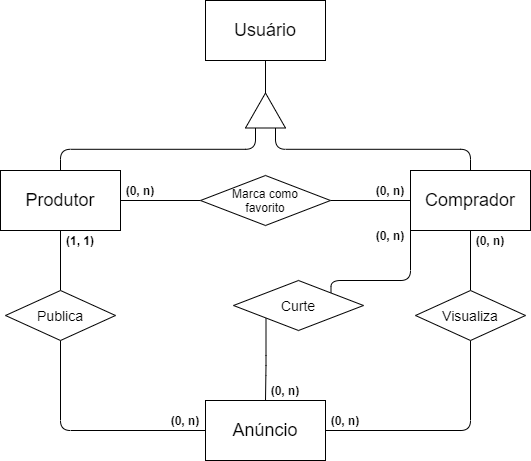
This is docs/img/diagrama_entidade_relacionamentos.png from fga-eps-mds/2020.2-Hortum, a draw.io export, as it was before one commit. Source tidied: cells renumbered, new cells last; positions are measured from the earlier drawing's top-left corner, leaving out a move shared by most shapes. The source it was exported from:
```xml
<mxGraphModel>
  <root>
    <mxCell id="0" />
    <mxCell id="1" parent="0" />
    <mxCell id="2" style="edgeStyle=orthogonalEdgeStyle;rounded=1;jettySize=auto;html=1;exitX=0.5;exitY=1;exitDx=0;exitDy=0;endArrow=none;endFill=0;" parent="1" edge="1" source="3" target="10">
      <mxGeometry relative="1" as="geometry" />
    </mxCell>
    <mxCell id="3" value="&lt;font style=&quot;font-size: 18px&quot;&gt;Produtor&lt;/font&gt;" style="rounded=0;whiteSpace=wrap;html=1;" parent="1" vertex="1">
      <mxGeometry y="170" width="120" height="60" as="geometry" />
    </mxCell>
    <mxCell id="4" style="edgeStyle=orthogonalEdgeStyle;rounded=1;jettySize=auto;html=1;exitX=0.5;exitY=1;exitDx=0;exitDy=0;endArrow=none;endFill=0;startArrow=none;startFill=0;" parent="1" edge="1" source="7" target="12">
      <mxGeometry relative="1" as="geometry" />
    </mxCell>
    <mxCell id="5" style="edgeStyle=orthogonalEdgeStyle;rounded=1;jettySize=auto;html=1;exitX=0;exitY=0.5;exitDx=0;exitDy=0;entryX=1;entryY=0.5;entryDx=0;entryDy=0;endArrow=none;endFill=0;" parent="1" edge="1" source="7" target="21">
      <mxGeometry relative="1" as="geometry" />
    </mxCell>
    <mxCell id="6" style="edgeStyle=orthogonalEdgeStyle;jettySize=auto;html=1;exitX=0;exitY=1;exitDx=0;exitDy=0;entryX=1;entryY=0;entryDx=0;entryDy=0;startArrow=none;startFill=0;endArrow=none;endFill=0;rounded=1;" parent="1" edge="1" source="7" target="27">
      <mxGeometry relative="1" as="geometry">
        <Array as="points">
          <mxPoint x="410" y="280" />
          <mxPoint x="331" y="280" />
        </Array>
      </mxGeometry>
    </mxCell>
    <mxCell id="7" value="&lt;span style=&quot;font-size: 18px&quot;&gt;Comprador&lt;br&gt;&lt;/span&gt;" style="rounded=0;whiteSpace=wrap;html=1;" parent="1" vertex="1">
      <mxGeometry x="410" y="170" width="120" height="60" as="geometry" />
    </mxCell>
    <mxCell id="8" value="&lt;font style=&quot;font-size: 18px&quot;&gt;Anúncio&lt;br&gt;&lt;/font&gt;" style="rounded=0;whiteSpace=wrap;html=1;" parent="1" vertex="1">
      <mxGeometry x="205" y="400" width="120" height="60" as="geometry" />
    </mxCell>
    <mxCell id="9" style="edgeStyle=orthogonalEdgeStyle;rounded=1;jettySize=auto;html=1;exitX=0.5;exitY=1;exitDx=0;exitDy=0;entryX=0;entryY=0.5;entryDx=0;entryDy=0;endArrow=none;endFill=0;" parent="1" edge="1" source="10" target="8">
      <mxGeometry relative="1" as="geometry" />
    </mxCell>
    <mxCell id="10" value="&lt;font style=&quot;font-size: 14px&quot;&gt;Publica&lt;/font&gt;" style="rhombus;whiteSpace=wrap;html=1;" parent="1" vertex="1">
      <mxGeometry x="5" y="290" width="110" height="50" as="geometry" />
    </mxCell>
    <mxCell id="11" style="edgeStyle=orthogonalEdgeStyle;rounded=1;jettySize=auto;html=1;exitX=0.5;exitY=1;exitDx=0;exitDy=0;entryX=1;entryY=0.5;entryDx=0;entryDy=0;endArrow=none;endFill=0;" parent="1" edge="1" source="12" target="8">
      <mxGeometry relative="1" as="geometry" />
    </mxCell>
    <mxCell id="12" value="&lt;span style=&quot;font-size: 14px&quot;&gt;Visualiza&lt;br&gt;&lt;/span&gt;" style="rhombus;whiteSpace=wrap;html=1;" parent="1" vertex="1">
      <mxGeometry x="415" y="290" width="110" height="50" as="geometry" />
    </mxCell>
    <mxCell id="13" value="&lt;b&gt;(1, 1)&lt;/b&gt;" style="text;html=1;strokeColor=none;fillColor=none;align=center;verticalAlign=middle;whiteSpace=wrap;rounded=0;" parent="1" vertex="1">
      <mxGeometry x="60" y="230" width="40" height="20" as="geometry" />
    </mxCell>
    <mxCell id="14" value="&lt;b&gt;(0, n)&lt;/b&gt;" style="text;html=1;strokeColor=none;fillColor=none;align=center;verticalAlign=middle;whiteSpace=wrap;rounded=0;" parent="1" vertex="1">
      <mxGeometry x="470" y="230" width="40" height="20" as="geometry" />
    </mxCell>
    <mxCell id="15" style="edgeStyle=orthogonalEdgeStyle;rounded=1;jettySize=auto;html=1;exitX=0;exitY=0.25;exitDx=0;exitDy=0;entryX=0.5;entryY=0;entryDx=0;entryDy=0;endArrow=none;endFill=0;" parent="1" edge="1" source="17" target="3">
      <mxGeometry relative="1" as="geometry" />
    </mxCell>
    <mxCell id="16" style="edgeStyle=orthogonalEdgeStyle;jettySize=auto;html=1;exitX=0;exitY=0.75;exitDx=0;exitDy=0;entryX=0.5;entryY=0;entryDx=0;entryDy=0;endArrow=none;endFill=0;rounded=1;" parent="1" edge="1" source="17" target="7">
      <mxGeometry relative="1" as="geometry" />
    </mxCell>
    <mxCell id="17" style="triangle;whiteSpace=wrap;html=1;rotation=-90;" parent="1" vertex="1">
      <mxGeometry x="247.5" y="90" width="35" height="40" as="geometry" />
    </mxCell>
    <mxCell id="18" style="edgeStyle=orthogonalEdgeStyle;rounded=0;jettySize=auto;html=1;exitX=0.5;exitY=1;exitDx=0;exitDy=0;entryX=1;entryY=0.5;entryDx=0;entryDy=0;endArrow=none;endFill=0;" parent="1" edge="1" source="19" target="17">
      <mxGeometry relative="1" as="geometry" />
    </mxCell>
    <mxCell id="19" value="&lt;font style=&quot;font-size: 18px&quot;&gt;Usuário&lt;br&gt;&lt;/font&gt;" style="rounded=0;whiteSpace=wrap;html=1;" parent="1" vertex="1">
      <mxGeometry x="205" width="120" height="60" as="geometry" />
    </mxCell>
    <mxCell id="20" style="edgeStyle=orthogonalEdgeStyle;rounded=1;jettySize=auto;html=1;exitX=0;exitY=0.5;exitDx=0;exitDy=0;entryX=1;entryY=0.5;entryDx=0;entryDy=0;endArrow=none;endFill=0;" parent="1" edge="1" source="21" target="3">
      <mxGeometry relative="1" as="geometry" />
    </mxCell>
    <mxCell id="21" value="&lt;font style=&quot;font-size: 12px&quot;&gt;Marca como&lt;br&gt;favorito&lt;br&gt;&lt;/font&gt;" style="rhombus;whiteSpace=wrap;html=1;" parent="1" vertex="1">
      <mxGeometry x="200" y="175" width="130" height="50" as="geometry" />
    </mxCell>
    <mxCell id="22" value="&lt;b&gt;(0, n)&lt;/b&gt;" style="text;html=1;strokeColor=none;fillColor=none;align=center;verticalAlign=middle;whiteSpace=wrap;rounded=0;" parent="1" vertex="1">
      <mxGeometry x="370" y="180" width="40" height="20" as="geometry" />
    </mxCell>
    <mxCell id="23" value="&lt;b&gt;(0, n)&lt;/b&gt;" style="text;html=1;strokeColor=none;fillColor=none;align=center;verticalAlign=middle;whiteSpace=wrap;rounded=0;" parent="1" vertex="1">
      <mxGeometry x="165" y="410" width="40" height="20" as="geometry" />
    </mxCell>
    <mxCell id="24" value="&lt;b&gt;(0, n)&lt;/b&gt;" style="text;html=1;strokeColor=none;fillColor=none;align=center;verticalAlign=middle;whiteSpace=wrap;rounded=0;" parent="1" vertex="1">
      <mxGeometry x="325" y="410" width="40" height="20" as="geometry" />
    </mxCell>
    <mxCell id="25" value="&lt;b&gt;(0, n)&lt;/b&gt;" style="text;html=1;strokeColor=none;fillColor=none;align=center;verticalAlign=middle;whiteSpace=wrap;rounded=0;" parent="1" vertex="1">
      <mxGeometry x="120" y="180" width="40" height="20" as="geometry" />
    </mxCell>
    <mxCell id="26" style="edgeStyle=orthogonalEdgeStyle;rounded=1;jettySize=auto;html=1;exitX=0;exitY=1;exitDx=0;exitDy=0;entryX=0.5;entryY=0;entryDx=0;entryDy=0;startArrow=none;startFill=0;endArrow=none;endFill=0;" parent="1" edge="1" source="27" target="8">
      <mxGeometry relative="1" as="geometry" />
    </mxCell>
    <mxCell id="27" value="&lt;font&gt;&lt;font style=&quot;font-size: 14px&quot;&gt;Curte&lt;/font&gt;&lt;br&gt;&lt;/font&gt;" style="rhombus;whiteSpace=wrap;html=1;" parent="1" vertex="1">
      <mxGeometry x="233" y="280" width="130" height="50" as="geometry" />
    </mxCell>
    <mxCell id="28" value="&lt;b&gt;(0, n)&lt;/b&gt;" style="text;html=1;strokeColor=none;fillColor=none;align=center;verticalAlign=middle;whiteSpace=wrap;rounded=0;" parent="1" vertex="1">
      <mxGeometry x="265" y="380" width="40" height="20" as="geometry" />
    </mxCell>
    <mxCell id="29" value="&lt;b&gt;(0, n)&lt;/b&gt;" style="text;html=1;strokeColor=none;fillColor=none;align=center;verticalAlign=middle;whiteSpace=wrap;rounded=0;" parent="1" vertex="1">
      <mxGeometry x="370" y="225" width="40" height="20" as="geometry" />
    </mxCell>
  </root>
</mxGraphModel>
```
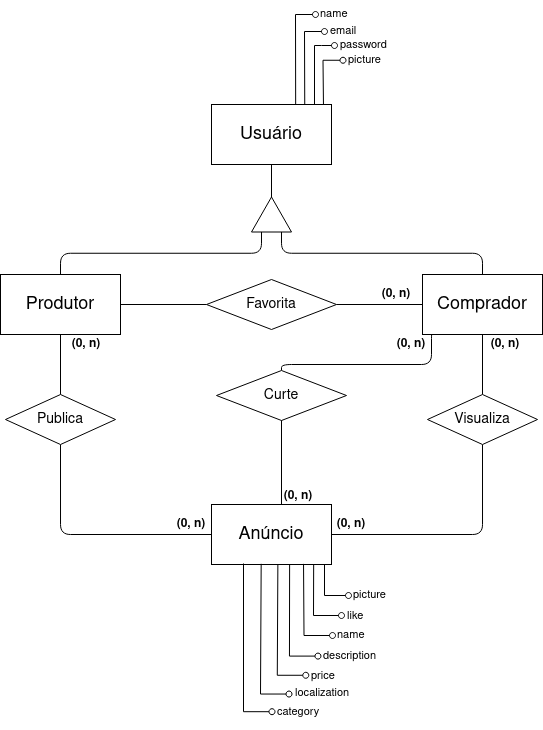
After the change.

What changed in the source:
```diff
@@ -6,7 +6,7 @@
       <mxGeometry relative="1" as="geometry" />
     </mxCell>
     <mxCell id="3" value="&lt;font style=&quot;font-size: 18px&quot;&gt;Produtor&lt;/font&gt;" style="rounded=0;whiteSpace=wrap;html=1;" parent="1" vertex="1">
-      <mxGeometry y="170" width="120" height="60" as="geometry" />
+      <mxGeometry x="-6" y="170" width="120" height="60" as="geometry" />
     </mxCell>
     <mxCell id="4" style="edgeStyle=orthogonalEdgeStyle;rounded=1;jettySize=auto;html=1;exitX=0.5;exitY=1;exitDx=0;exitDy=0;endArrow=none;endFill=0;startArrow=none;startFill=0;" parent="1" edge="1" source="7" target="12">
       <mxGeometry relative="1" as="geometry" />
@@ -14,16 +14,18 @@
     <mxCell id="5" style="edgeStyle=orthogonalEdgeStyle;rounded=1;jettySize=auto;html=1;exitX=0;exitY=0.5;exitDx=0;exitDy=0;entryX=1;entryY=0.5;entryDx=0;entryDy=0;endArrow=none;endFill=0;" parent="1" edge="1" source="7" target="21">
       <mxGeometry relative="1" as="geometry" />
     </mxCell>
-    <mxCell id="6" style="edgeStyle=orthogonalEdgeStyle;jettySize=auto;html=1;exitX=0;exitY=1;exitDx=0;exitDy=0;entryX=1;entryY=0;entryDx=0;entryDy=0;startArrow=none;startFill=0;endArrow=none;endFill=0;rounded=1;" parent="1" edge="1" source="7" target="27">
+    <mxCell id="6" style="edgeStyle=orthogonalEdgeStyle;jettySize=auto;html=1;exitX=0;exitY=1;exitDx=0;exitDy=0;startArrow=none;startFill=0;endArrow=none;endFill=0;rounded=1;entryX=0.5;entryY=0;entryDx=0;entryDy=0;" parent="1" edge="1" target="27">
       <mxGeometry relative="1" as="geometry">
+        <mxPoint x="430.5" y="224" as="sourcePoint" />
         <Array as="points">
-          <mxPoint x="410" y="280" />
-          <mxPoint x="331" y="280" />
+          <mxPoint x="425" y="224" />
+          <mxPoint x="425" y="260" />
+          <mxPoint x="275" y="260" />
         </Array>
       </mxGeometry>
     </mxCell>
     <mxCell id="7" value="&lt;span style=&quot;font-size: 18px&quot;&gt;Comprador&lt;br&gt;&lt;/span&gt;" style="rounded=0;whiteSpace=wrap;html=1;" parent="1" vertex="1">
-      <mxGeometry x="410" y="170" width="120" height="60" as="geometry" />
+      <mxGeometry x="416" y="170" width="120" height="60" as="geometry" />
     </mxCell>
     <mxCell id="8" value="&lt;font style=&quot;font-size: 18px&quot;&gt;Anúncio&lt;br&gt;&lt;/font&gt;" style="rounded=0;whiteSpace=wrap;html=1;" parent="1" vertex="1">
       <mxGeometry x="205" y="400" width="120" height="60" as="geometry" />
@@ -32,19 +34,19 @@
       <mxGeometry relative="1" as="geometry" />
     </mxCell>
     <mxCell id="10" value="&lt;font style=&quot;font-size: 14px&quot;&gt;Publica&lt;/font&gt;" style="rhombus;whiteSpace=wrap;html=1;" parent="1" vertex="1">
-      <mxGeometry x="5" y="290" width="110" height="50" as="geometry" />
+      <mxGeometry x="-1" y="290" width="110" height="50" as="geometry" />
     </mxCell>
     <mxCell id="11" style="edgeStyle=orthogonalEdgeStyle;rounded=1;jettySize=auto;html=1;exitX=0.5;exitY=1;exitDx=0;exitDy=0;entryX=1;entryY=0.5;entryDx=0;entryDy=0;endArrow=none;endFill=0;" parent="1" edge="1" source="12" target="8">
       <mxGeometry relative="1" as="geometry" />
     </mxCell>
     <mxCell id="12" value="&lt;span style=&quot;font-size: 14px&quot;&gt;Visualiza&lt;br&gt;&lt;/span&gt;" style="rhombus;whiteSpace=wrap;html=1;" parent="1" vertex="1">
-      <mxGeometry x="415" y="290" width="110" height="50" as="geometry" />
+      <mxGeometry x="421" y="290" width="110" height="50" as="geometry" />
     </mxCell>
-    <mxCell id="13" value="&lt;b&gt;(1, 1)&lt;/b&gt;" style="text;html=1;strokeColor=none;fillColor=none;align=center;verticalAlign=middle;whiteSpace=wrap;rounded=0;" parent="1" vertex="1">
+    <mxCell id="13" value="&lt;b&gt;(0, n)&lt;/b&gt;" style="text;html=1;strokeColor=none;fillColor=none;align=center;verticalAlign=middle;whiteSpace=wrap;rounded=0;" parent="1" vertex="1">
       <mxGeometry x="60" y="230" width="40" height="20" as="geometry" />
     </mxCell>
     <mxCell id="14" value="&lt;b&gt;(0, n)&lt;/b&gt;" style="text;html=1;strokeColor=none;fillColor=none;align=center;verticalAlign=middle;whiteSpace=wrap;rounded=0;" parent="1" vertex="1">
-      <mxGeometry x="470" y="230" width="40" height="20" as="geometry" />
+      <mxGeometry x="479" y="230" width="40" height="20" as="geometry" />
     </mxCell>
     <mxCell id="15" style="edgeStyle=orthogonalEdgeStyle;rounded=1;jettySize=auto;html=1;exitX=0;exitY=0.25;exitDx=0;exitDy=0;entryX=0.5;entryY=0;entryDx=0;entryDy=0;endArrow=none;endFill=0;" parent="1" edge="1" source="17" target="3">
       <mxGeometry relative="1" as="geometry" />
@@ -64,7 +66,7 @@
     <mxCell id="20" style="edgeStyle=orthogonalEdgeStyle;rounded=1;jettySize=auto;html=1;exitX=0;exitY=0.5;exitDx=0;exitDy=0;entryX=1;entryY=0.5;entryDx=0;entryDy=0;endArrow=none;endFill=0;" parent="1" edge="1" source="21" target="3">
       <mxGeometry relative="1" as="geometry" />
     </mxCell>
-    <mxCell id="21" value="&lt;font style=&quot;font-size: 12px&quot;&gt;Marca como&lt;br&gt;favorito&lt;br&gt;&lt;/font&gt;" style="rhombus;whiteSpace=wrap;html=1;" parent="1" vertex="1">
+    <mxCell id="21" value="&lt;font style=&quot;font-size: 14px&quot;&gt;Favorita&lt;/font&gt;" style="rhombus;whiteSpace=wrap;html=1;" parent="1" vertex="1">
       <mxGeometry x="200" y="175" width="130" height="50" as="geometry" />
     </mxCell>
     <mxCell id="22" value="&lt;b&gt;(0, n)&lt;/b&gt;" style="text;html=1;strokeColor=none;fillColor=none;align=center;verticalAlign=middle;whiteSpace=wrap;rounded=0;" parent="1" vertex="1">
@@ -76,20 +78,148 @@
     <mxCell id="24" value="&lt;b&gt;(0, n)&lt;/b&gt;" style="text;html=1;strokeColor=none;fillColor=none;align=center;verticalAlign=middle;whiteSpace=wrap;rounded=0;" parent="1" vertex="1">
       <mxGeometry x="325" y="410" width="40" height="20" as="geometry" />
     </mxCell>
-    <mxCell id="25" value="&lt;b&gt;(0, n)&lt;/b&gt;" style="text;html=1;strokeColor=none;fillColor=none;align=center;verticalAlign=middle;whiteSpace=wrap;rounded=0;" parent="1" vertex="1">
-      <mxGeometry x="120" y="180" width="40" height="20" as="geometry" />
-    </mxCell>
-    <mxCell id="26" style="edgeStyle=orthogonalEdgeStyle;rounded=1;jettySize=auto;html=1;exitX=0;exitY=1;exitDx=0;exitDy=0;entryX=0.5;entryY=0;entryDx=0;entryDy=0;startArrow=none;startFill=0;endArrow=none;endFill=0;" parent="1" edge="1" source="27" target="8">
-      <mxGeometry relative="1" as="geometry" />
+    <mxCell id="26" style="edgeStyle=orthogonalEdgeStyle;rounded=1;orthogonalLoop=1;jettySize=auto;html=1;exitX=0;exitY=1;exitDx=0;exitDy=0;entryX=0.5;entryY=0;entryDx=0;entryDy=0;startArrow=none;startFill=0;endArrow=none;endFill=0;" parent="1" edge="1">
+      <mxGeometry relative="1" as="geometry">
+        <mxPoint x="252.5" y="303.5" as="sourcePoint" />
+        <mxPoint x="275" y="400" as="targetPoint" />
+      </mxGeometry>
     </mxCell>
     <mxCell id="27" value="&lt;font&gt;&lt;font style=&quot;font-size: 14px&quot;&gt;Curte&lt;/font&gt;&lt;br&gt;&lt;/font&gt;" style="rhombus;whiteSpace=wrap;html=1;" parent="1" vertex="1">
-      <mxGeometry x="233" y="280" width="130" height="50" as="geometry" />
+      <mxGeometry x="210" y="266" width="130" height="50" as="geometry" />
     </mxCell>
     <mxCell id="28" value="&lt;b&gt;(0, n)&lt;/b&gt;" style="text;html=1;strokeColor=none;fillColor=none;align=center;verticalAlign=middle;whiteSpace=wrap;rounded=0;" parent="1" vertex="1">
-      <mxGeometry x="265" y="380" width="40" height="20" as="geometry" />
+      <mxGeometry x="272" y="382" width="40" height="20" as="geometry" />
     </mxCell>
     <mxCell id="29" value="&lt;b&gt;(0, n)&lt;/b&gt;" style="text;html=1;strokeColor=none;fillColor=none;align=center;verticalAlign=middle;whiteSpace=wrap;rounded=0;" parent="1" vertex="1">
-      <mxGeometry x="370" y="225" width="40" height="20" as="geometry" />
+      <mxGeometry x="385" y="230" width="40" height="20" as="geometry" />
     </mxCell>
+    <mxCell id="30" style="endArrow=oval;html=1;startArrow=none;startFill=0;endFill=0;rounded=0;exitX=0.693;exitY=0.004;exitDx=0;exitDy=0;exitPerimeter=0;" parent="1" edge="1">
+      <mxGeometry relative="1" as="geometry">
+        <mxPoint x="289.2" y="0.2" as="sourcePoint" />
+        <mxPoint x="309" y="-90" as="targetPoint" />
+        <Array as="points">
+          <mxPoint x="289" y="-90" />
+        </Array>
+      </mxGeometry>
+    </mxCell>
+    <mxCell id="31" style="endArrow=oval;html=1;startArrow=none;startFill=0;endFill=0;rounded=0;exitX=0.777;exitY=-0.003;exitDx=0;exitDy=0;exitPerimeter=0;" parent="1" edge="1">
+      <mxGeometry relative="1" as="geometry">
+        <mxPoint x="298.2" y="-0.2" as="sourcePoint" />
+        <mxPoint x="318" y="-73" as="targetPoint" />
+        <Array as="points">
+          <mxPoint x="298" y="-73" />
+        </Array>
+      </mxGeometry>
+    </mxCell>
+    <mxCell id="32" style="endArrow=oval;html=1;startArrow=none;startFill=0;endFill=0;rounded=0;" parent="1" edge="1">
+      <mxGeometry relative="1" as="geometry">
+        <mxPoint x="308" as="sourcePoint" />
+        <mxPoint x="328" y="-59" as="targetPoint" />
+        <Array as="points">
+          <mxPoint x="308" y="-59" />
+          <mxPoint x="315" y="-59" />
+        </Array>
+      </mxGeometry>
+    </mxCell>
+    <mxCell id="33" value="&lt;div&gt;name&lt;/div&gt;" style="text;whiteSpace=wrap;html=1;fontSize=11;" parent="1" vertex="1">
+      <mxGeometry x="312" y="-104" width="53" height="30" as="geometry" />
+    </mxCell>
+    <mxCell id="34" value="email" style="text;whiteSpace=wrap;html=1;fontSize=11;" parent="1" vertex="1">
+      <mxGeometry x="321.5" y="-87" width="53" height="30" as="geometry" />
+    </mxCell>
+    <mxCell id="35" value="password" style="text;whiteSpace=wrap;html=1;fontSize=11;" parent="1" vertex="1">
+      <mxGeometry x="332" y="-73" width="53" height="30" as="geometry" />
+    </mxCell>
+    <mxCell id="36" style="endArrow=oval;html=1;startArrow=none;startFill=0;endFill=0;rounded=0;" parent="1" edge="1">
+      <mxGeometry relative="1" as="geometry">
+        <mxPoint x="318" y="460" as="sourcePoint" />
+        <mxPoint x="342" y="491" as="targetPoint" />
+        <Array as="points">
+          <mxPoint x="318" y="491" />
+        </Array>
+      </mxGeometry>
+    </mxCell>
+    <mxCell id="37" style="endArrow=oval;html=1;startArrow=none;startFill=0;endFill=0;rounded=0;exitX=0.868;exitY=1.002;exitDx=0;exitDy=0;exitPerimeter=0;" parent="1" edge="1">
+      <mxGeometry relative="1" as="geometry">
+        <mxPoint x="307.2" y="460.1" as="sourcePoint" />
+        <mxPoint x="335" y="511" as="targetPoint" />
+        <Array as="points">
+          <mxPoint x="307" y="511" />
+        </Array>
+      </mxGeometry>
+    </mxCell>
+    <mxCell id="38" style="endArrow=oval;html=1;startArrow=none;startFill=0;endFill=0;rounded=0;exitX=0.933;exitY=-0.007;exitDx=0;exitDy=0;exitPerimeter=0;" parent="1" edge="1" source="19">
+      <mxGeometry relative="1" as="geometry">
+        <mxPoint x="336.5" y="-44.2" as="targetPoint" />
+        <Array as="points">
+          <mxPoint x="316.5" y="-44.2" />
+        </Array>
+      </mxGeometry>
+    </mxCell>
+    <mxCell id="39" value="picture" style="text;whiteSpace=wrap;html=1;fontSize=11;" parent="1" vertex="1">
+      <mxGeometry x="340" y="-58" width="53" height="30" as="geometry" />
+    </mxCell>
+    <mxCell id="40" style="endArrow=oval;html=1;startArrow=none;startFill=0;endFill=0;rounded=0;exitX=0.767;exitY=0.99;exitDx=0;exitDy=0;exitPerimeter=0;" parent="1" edge="1" source="8">
+      <mxGeometry relative="1" as="geometry">
+        <mxPoint x="326" y="531" as="targetPoint" />
+        <Array as="points">
+          <mxPoint x="297.5" y="531" />
+        </Array>
+      </mxGeometry>
+    </mxCell>
+    <mxCell id="41" value="picture" style="text;whiteSpace=wrap;html=1;fontSize=11;" parent="1" vertex="1">
+      <mxGeometry x="345" y="477" width="53" height="30" as="geometry" />
+    </mxCell>
+    <mxCell id="42" value="like" style="text;whiteSpace=wrap;html=1;fontSize=11;" parent="1" vertex="1">
+      <mxGeometry x="339" y="498" width="53" height="30" as="geometry" />
+    </mxCell>
+    <mxCell id="43" value="name" style="text;whiteSpace=wrap;html=1;fontSize=11;" parent="1" vertex="1">
+      <mxGeometry x="329" y="517" width="53" height="30" as="geometry" />
+    </mxCell>
+    <mxCell id="44" style="endArrow=oval;html=1;startArrow=none;startFill=0;endFill=0;rounded=0;exitX=0.651;exitY=1.003;exitDx=0;exitDy=0;exitPerimeter=0;" parent="1" edge="1" source="8">
+      <mxGeometry relative="1" as="geometry">
+        <mxPoint x="311.5" y="551.6" as="targetPoint" />
+        <Array as="points">
+          <mxPoint x="283" y="551.6" />
+        </Array>
+      </mxGeometry>
+    </mxCell>
+    <mxCell id="45" value="description" style="text;whiteSpace=wrap;html=1;fontSize=11;" parent="1" vertex="1">
+      <mxGeometry x="315" y="538" width="53" height="30" as="geometry" />
+    </mxCell>
+    <mxCell id="46" style="endArrow=oval;html=1;startArrow=none;startFill=0;endFill=0;rounded=0;exitX=0.553;exitY=1.004;exitDx=0;exitDy=0;exitPerimeter=0;" parent="1" edge="1" source="8">
+      <mxGeometry relative="1" as="geometry">
+        <mxPoint x="299.3" y="570.8" as="targetPoint" />
+        <Array as="points">
+          <mxPoint x="270.8" y="570.8" />
+        </Array>
+      </mxGeometry>
+    </mxCell>
+    <mxCell id="47" value="price" style="text;whiteSpace=wrap;html=1;fontSize=11;" parent="1" vertex="1">
+      <mxGeometry x="303" y="558" width="53" height="30" as="geometry" />
+    </mxCell>
+    <mxCell id="48" style="endArrow=oval;html=1;startArrow=none;startFill=0;endFill=0;rounded=0;exitX=0.414;exitY=0.989;exitDx=0;exitDy=0;exitPerimeter=0;" parent="1" edge="1" source="8">
+      <mxGeometry relative="1" as="geometry">
+        <mxPoint x="282.5" y="589.5" as="targetPoint" />
+        <Array as="points">
+          <mxPoint x="254" y="589.5" />
+        </Array>
+      </mxGeometry>
+    </mxCell>
+    <mxCell id="49" value="localization" style="text;whiteSpace=wrap;html=1;fontSize=11;" parent="1" vertex="1">
+      <mxGeometry x="287" y="575" width="53" height="30" as="geometry" />
+    </mxCell>
+    <mxCell id="50" style="endArrow=oval;html=1;startArrow=none;startFill=0;endFill=0;rounded=0;" parent="1" edge="1">
+      <mxGeometry relative="1" as="geometry">
+        <mxPoint x="237" y="459" as="sourcePoint" />
+        <mxPoint x="265.5" y="607.2" as="targetPoint" />
+        <Array as="points">
+          <mxPoint x="237" y="607.2" />
+        </Array>
+      </mxGeometry>
+    </mxCell>
+    <mxCell id="51" value="category" style="text;whiteSpace=wrap;html=1;fontSize=11;" parent="1" vertex="1">
+      <mxGeometry x="268.5" y="594" width="53" height="30" as="geometry" />
+    </mxCell>
   </root>
 </mxGraphModel>
```
